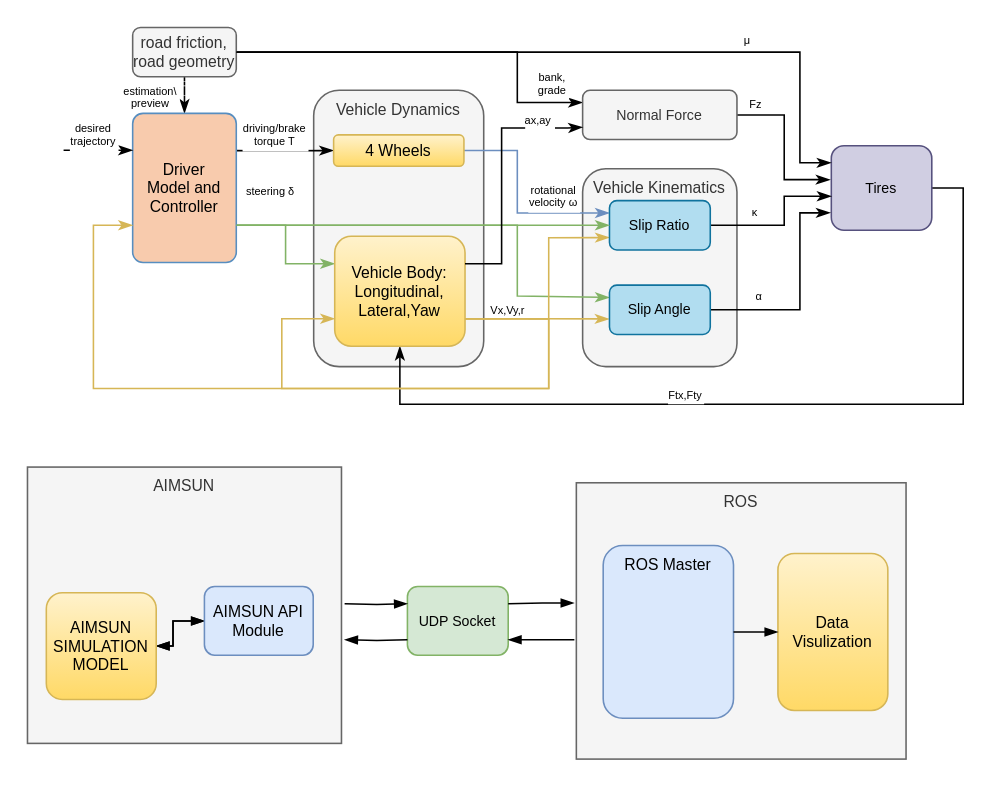
Earlier version of the draw.io diagram ROS_AIMSUN_Bridge.drawio (LimingGao/draw_io). Source tidied: cells renumbered, new cells numbered last; positions are measured from the earlier drawing's top-left corner, leaving out a move shared by most shapes. Both pictures are drawn from the tidied source at 157%, with x=0, y=0 at pixel (27, 27).
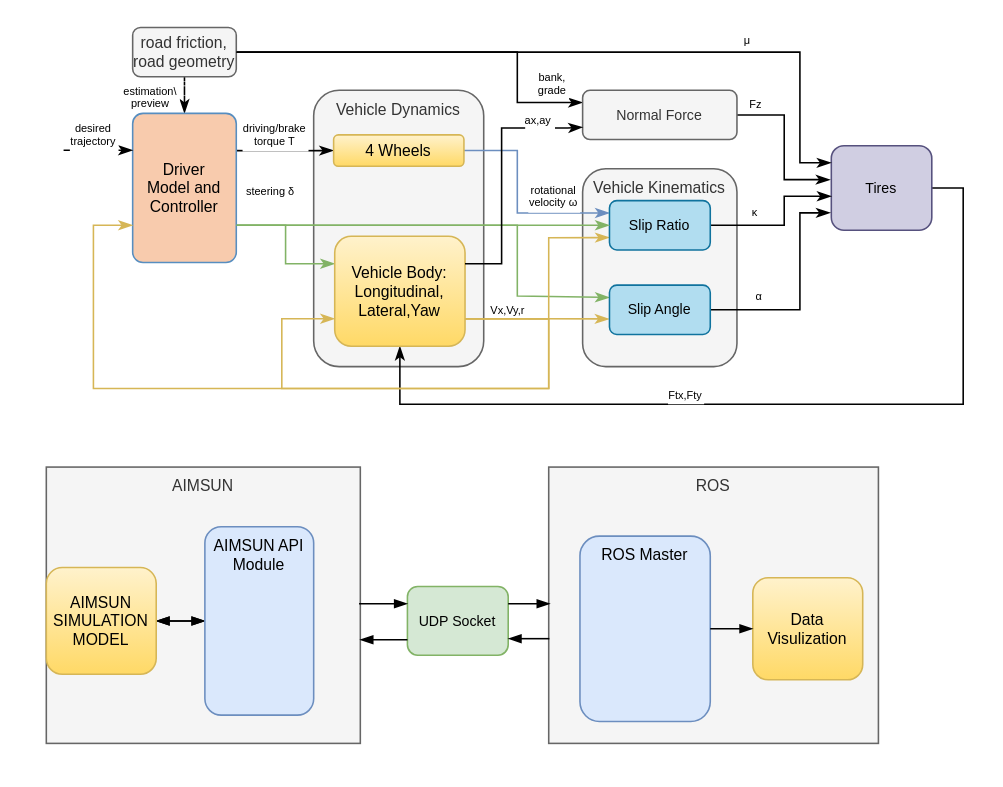
The same diagram, later.

Unchanged cells that the change refers to:
```xml
<mxCell id="49" value="UDP Socket" style="rounded=1;align=center;verticalAlign=middle;fillColor=#d5e8d4;strokeColor=#82b366;fontSize=9;fontStyle=0;" parent="1" vertex="1">
  <mxGeometry x="242" y="356.1" width="64.2" height="43.7" as="geometry" />
</mxCell>
```

Change to the diagram source:
```diff
@@
     <mxCell id="44" value="AIMSUN" style="rounded=0;align=center;verticalAlign=top;fontSize=10;fontStyle=0;strokeColor=#666666;fillColor=#f5f5f5;fontColor=#333333;glass=0;" parent="1" vertex="1">
-      <mxGeometry y="280" width="200" height="176" as="geometry" />
+      <mxGeometry x="12" y="280" width="200" height="176" as="geometry" />
     </mxCell>
@@
-    <mxCell id="47" value="AIMSUN API&#10;Module" style="rounded=1;align=center;verticalAlign=middle;fontSize=10;fontStyle=0;fillColor=#dae8fc;strokeColor=#6c8ebf;" parent="1" vertex="1">
-      <mxGeometry x="112.7" y="356.1" width="69.3" height="43.7" as="geometry" />
+    <mxCell id="47" value="AIMSUN API&#10;Module" style="rounded=1;align=center;verticalAlign=top;fontSize=10;fontStyle=0;fillColor=#dae8fc;strokeColor=#6c8ebf;" parent="1" vertex="1">
+      <mxGeometry x="113" y="318" width="69.3" height="120" as="geometry" />
     </mxCell>
     <mxCell id="48" value="AIMSUN SIMULATION MODEL" style="rounded=1;align=center;verticalAlign=middle;fontSize=10;fontStyle=0;fillColor=#fff2cc;strokeColor=#d6b656;gradientColor=#ffd966;whiteSpace=wrap;" parent="1" vertex="1">
-      <mxGeometry x="12" y="360" width="70" height="68" as="geometry" />
+      <mxGeometry x="12" y="344" width="70" height="68" as="geometry" />
     </mxCell>
@@
     <mxCell id="50" value="ROS" style="rounded=0;align=center;verticalAlign=top;fontSize=10;fontStyle=0;strokeColor=#666666;fillColor=#f5f5f5;fontColor=#333333;glass=0;" parent="1" vertex="1">
-      <mxGeometry x="349.6" y="290" width="210" height="176" as="geometry" />
+      <mxGeometry x="332" y="280" width="210" height="176" as="geometry" />
     </mxCell>
     <mxCell id="51" value="ROS Master" style="rounded=1;align=center;verticalAlign=top;fontSize=10;fontStyle=0;fillColor=#dae8fc;strokeColor=#6c8ebf;" parent="1" vertex="1">
-      <mxGeometry x="366.7" y="330" width="83" height="110" as="geometry" />
+      <mxGeometry x="351.9" y="324" width="83" height="118" as="geometry" />
     </mxCell>
@@
     <mxCell id="53" value="Data Visulization" style="rounded=1;align=center;verticalAlign=middle;fontSize=10;fontStyle=0;fillColor=#fff2cc;strokeColor=#d6b656;gradientColor=#ffd966;whiteSpace=wrap;" parent="1" vertex="1">
-      <mxGeometry x="478" y="335" width="70" height="100" as="geometry" />
+      <mxGeometry x="462" y="350.5" width="70" height="65" as="geometry" />
     </mxCell>
-    <mxCell id="54" style="edgeStyle=orthogonalEdgeStyle;rounded=0;jettySize=auto;html=1;startArrow=none;startFill=0;endArrow=blockThin;endFill=1;strokeWidth=1;exitX=-0.006;exitY=0.568;exitDx=0;exitDy=0;exitPerimeter=0;" parent="1" edge="1" source="50">
+    <mxCell id="54" style="edgeStyle=orthogonalEdgeStyle;rounded=0;jettySize=auto;html=1;startArrow=none;startFill=0;endArrow=blockThin;endFill=1;strokeWidth=1;exitX=0.002;exitY=0.621;exitDx=0;exitDy=0;exitPerimeter=0;" parent="1" edge="1" source="50">
       <mxGeometry relative="1" as="geometry">
         <mxPoint x="306.2" y="390" as="targetPoint" />
       </mxGeometry>
     </mxCell>
-    <mxCell id="55" style="edgeStyle=orthogonalEdgeStyle;rounded=0;orthogonalLoop=1;jettySize=auto;html=1;startArrow=blockThin;startFill=1;endArrow=none;endFill=0;strokeWidth=1;" parent="1" edge="1">
+    <mxCell id="55" style="edgeStyle=orthogonalEdgeStyle;rounded=0;jettySize=auto;html=1;startArrow=blockThin;startFill=1;endArrow=none;endFill=0;strokeWidth=1;entryX=0.996;entryY=0.495;entryDx=0;entryDy=0;entryPerimeter=0;" parent="1" edge="1" target="44">
       <mxGeometry relative="1" as="geometry">
         <mxPoint x="242" y="367" as="sourcePoint" />
-        <mxPoint x="202" y="367" as="targetPoint" />
       </mxGeometry>
     </mxCell>
-    <mxCell id="56" style="edgeStyle=orthogonalEdgeStyle;rounded=0;jettySize=auto;html=1;startArrow=blockThin;startFill=1;endArrow=none;endFill=0;strokeWidth=1;entryX=1;entryY=0.25;entryDx=0;entryDy=0;exitX=-0.007;exitY=0.435;exitDx=0;exitDy=0;exitPerimeter=0;" parent="1" edge="1" source="50" target="49">
+    <mxCell id="56" style="edgeStyle=orthogonalEdgeStyle;rounded=0;jettySize=auto;html=1;startArrow=blockThin;startFill=1;endArrow=none;endFill=0;strokeWidth=1;entryX=1;entryY=0.25;entryDx=0;entryDy=0;exitX=0.004;exitY=0.495;exitDx=0;exitDy=0;exitPerimeter=0;" parent="1" edge="1" source="50" target="49">
       <mxGeometry relative="1" as="geometry" />
     </mxCell>
-    <mxCell id="57" style="edgeStyle=orthogonalEdgeStyle;rounded=0;orthogonalLoop=1;jettySize=auto;html=1;startArrow=none;startFill=0;endArrow=blockThin;endFill=1;strokeWidth=1;exitX=-0.006;exitY=0.568;exitDx=0;exitDy=0;exitPerimeter=0;" parent="1" edge="1">
+    <mxCell id="57" style="edgeStyle=orthogonalEdgeStyle;rounded=0;jettySize=auto;html=1;startArrow=none;startFill=0;endArrow=blockThin;endFill=1;strokeWidth=1;exitX=-0.006;exitY=0.568;exitDx=0;exitDy=0;exitPerimeter=0;entryX=0.999;entryY=0.626;entryDx=0;entryDy=0;entryPerimeter=0;" parent="1" edge="1" target="44">
       <mxGeometry relative="1" as="geometry">
         <mxPoint x="242" y="390" as="sourcePoint" />
-        <mxPoint x="202" y="390" as="targetPoint" />
       </mxGeometry>
     </mxCell>
```
